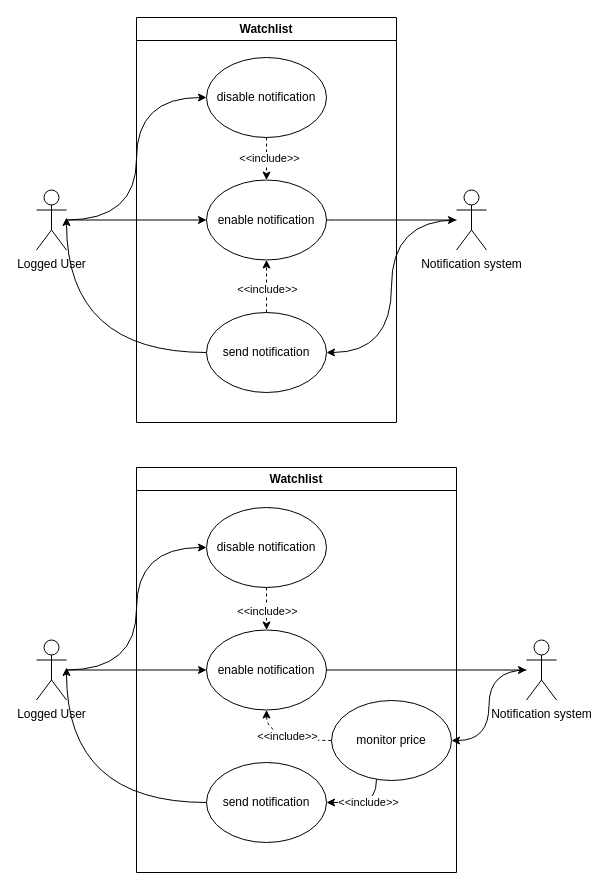
Above: diagrams/usecase/usecase-watchlist.drawio in CryptoMonitorASW-SPE/documentation (draw.io), before the change. Source tidied: cells renumbered, new cells numbered last; positions are measured from the earlier drawing's top-left corner, leaving out a move shared by most shapes. Both pictures are drawn from the tidied source at 100%, with x=0, y=0 at pixel (36, 17).
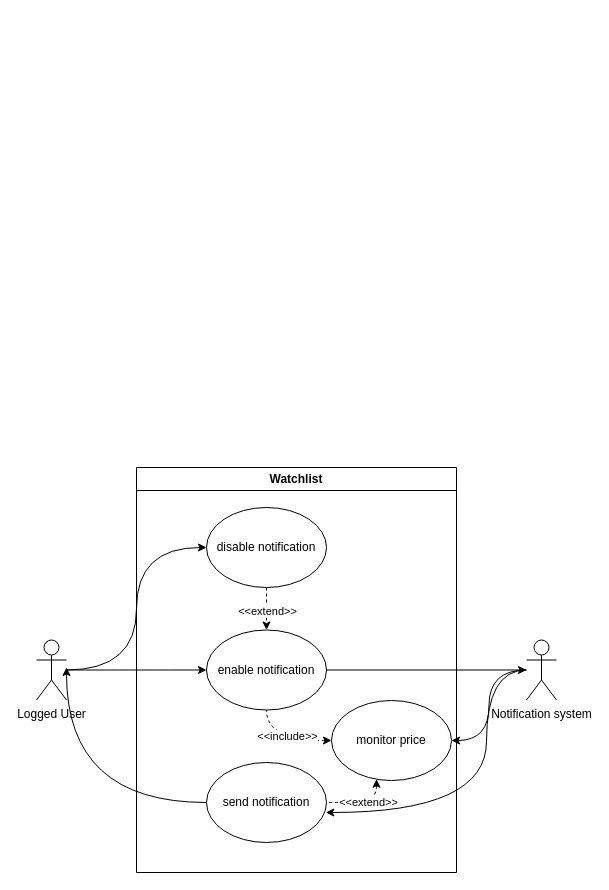
Above is the later version.

Commit message (it also covers changes not shown here):
docs: update usecase diagrams

Unchanged cells that the change refers to:
```xml
<mxCell id="20" value="Watchlist" style="swimlane;whiteSpace=wrap;html=1;" parent="1" vertex="1">
  <mxGeometry x="100" y="450" width="320" height="405" as="geometry" />
</mxCell>
<mxCell id="21" value="enable notification" style="ellipse;whiteSpace=wrap;html=1;" parent="20" vertex="1">
  <mxGeometry x="70" y="162.5" width="120" height="80" as="geometry" />
</mxCell>
<mxCell id="23" value="send notification" style="ellipse;whiteSpace=wrap;html=1;" parent="20" vertex="1">
  <mxGeometry x="70" y="295" width="120" height="80" as="geometry" />
</mxCell>
<mxCell id="26" value="disable notification" style="ellipse;whiteSpace=wrap;html=1;" parent="20" vertex="1">
  <mxGeometry x="70" y="40" width="120" height="80" as="geometry" />
</mxCell>
<mxCell id="31" value="monitor price" style="ellipse;whiteSpace=wrap;html=1;" parent="20" vertex="1">
  <mxGeometry x="195" y="233" width="120" height="80" as="geometry" />
</mxCell>
<mxCell id="33" value="Notification system" style="shape=umlActor;verticalLabelPosition=bottom;verticalAlign=top;html=1;outlineConnect=0;" parent="1" vertex="1">
  <mxGeometry x="490" y="622.5" width="30" height="60" as="geometry" />
</mxCell>
```

What changed in the source:
```diff
@@
-    <mxCell id="2" style="edgeStyle=orthogonalEdgeStyle;rounded=0;jettySize=auto;html=1;entryX=0;entryY=0.5;entryDx=0;entryDy=0;curved=1;" parent="1" edge="1" source="4" target="6">
-      <mxGeometry relative="1" as="geometry" />
-    </mxCell>
-    <mxCell id="3" style="edgeStyle=orthogonalEdgeStyle;rounded=0;jettySize=auto;html=1;entryX=0;entryY=0.5;entryDx=0;entryDy=0;curved=1;" parent="1" edge="1" source="4" target="13">
-      <mxGeometry relative="1" as="geometry" />
-    </mxCell>
-    <mxCell id="4" value="Logged User" style="shape=umlActor;html=1;verticalLabelPosition=bottom;verticalAlign=top;align=center;" parent="1" vertex="1">
-      <mxGeometry y="172.5" width="30" height="60" as="geometry" />
-    </mxCell>
-    <mxCell id="5" value="Watchlist" style="swimlane;whiteSpace=wrap;html=1;" parent="1" vertex="1">
-      <mxGeometry x="100" width="260" height="405" as="geometry" />
-    </mxCell>
-    <mxCell id="6" value="enable notification" style="ellipse;whiteSpace=wrap;html=1;" parent="5" vertex="1">
-      <mxGeometry x="70" y="162.5" width="120" height="80" as="geometry" />
-    </mxCell>
-    <mxCell id="7" style="edgeStyle=orthogonalEdgeStyle;rounded=0;jettySize=auto;html=1;entryX=0.5;entryY=1;entryDx=0;entryDy=0;dashed=1;" parent="5" edge="1" source="10" target="6">
-      <mxGeometry relative="1" as="geometry" />
-    </mxCell>
-    <mxCell id="8" value="&amp;lt;&amp;lt;include&amp;gt;&amp;gt;" style="edgeLabel;html=1;align=center;verticalAlign=middle;" parent="7" vertex="1">
-      <mxGeometry x="-0.08" relative="1" as="geometry" />
-    </mxCell>
-    <mxCell id="9" style="edgeStyle=orthogonalEdgeStyle;rounded=0;jettySize=auto;html=1;curved=1;" parent="5" edge="1" source="10">
-      <mxGeometry relative="1" as="geometry">
-        <mxPoint x="-70" y="200" as="targetPoint" />
-        <Array as="points">
-          <mxPoint x="-70" y="335" />
-        </Array>
-      </mxGeometry>
-    </mxCell>
-    <mxCell id="10" value="send notification" style="ellipse;whiteSpace=wrap;html=1;" parent="5" vertex="1">
-      <mxGeometry x="70" y="295" width="120" height="80" as="geometry" />
-    </mxCell>
-    <mxCell id="11" style="edgeStyle=orthogonalEdgeStyle;rounded=0;jettySize=auto;html=1;dashed=1;" parent="5" edge="1" source="13" target="6">
-      <mxGeometry relative="1" as="geometry" />
-    </mxCell>
-    <mxCell id="12" value="&amp;lt;&amp;lt;include&amp;gt;&amp;gt;" style="edgeLabel;html=1;align=center;verticalAlign=middle;" parent="11" vertex="1">
-      <mxGeometry x="-0.07" y="2" relative="1" as="geometry" />
-    </mxCell>
-    <mxCell id="13" value="disable notification" style="ellipse;whiteSpace=wrap;html=1;" parent="5" vertex="1">
-      <mxGeometry x="70" y="40" width="120" height="80" as="geometry" />
-    </mxCell>
-    <mxCell id="14" style="edgeStyle=orthogonalEdgeStyle;rounded=0;jettySize=auto;html=1;entryX=1;entryY=0.5;entryDx=0;entryDy=0;curved=1;" parent="1" edge="1" source="15" target="10">
-      <mxGeometry relative="1" as="geometry" />
-    </mxCell>
-    <mxCell id="15" value="Notification system" style="shape=umlActor;verticalLabelPosition=bottom;verticalAlign=top;html=1;outlineConnect=0;" parent="1" vertex="1">
-      <mxGeometry x="420" y="172.5" width="30" height="60" as="geometry" />
-    </mxCell>
-    <mxCell id="16" style="edgeStyle=orthogonalEdgeStyle;rounded=0;jettySize=auto;html=1;curved=1;" parent="1" edge="1" source="6" target="15">
-      <mxGeometry relative="1" as="geometry" />
-    </mxCell>
@@
-    <mxCell id="24" style="edgeStyle=orthogonalEdgeStyle;rounded=0;jettySize=auto;html=1;entryX=0.5;entryY=0;entryDx=0;entryDy=0;dashed=1;" parent="20" edge="1" source="26" target="21">
+    <mxCell id="24" style="edgeStyle=orthogonalEdgeStyle;rounded=0;jettySize=auto;html=1;entryX=0.5;entryY=0;entryDx=0;entryDy=0;dashed=1;endArrow=classic;endFill=1;startArrow=none;startFill=0;" parent="20" edge="1" source="26" target="21">
       <mxGeometry relative="1" as="geometry" />
     </mxCell>
-    <mxCell id="25" value="&amp;lt;&amp;lt;include&amp;gt;&amp;gt;" style="edgeLabel;html=1;align=center;verticalAlign=middle;" parent="24" vertex="1">
+    <mxCell id="25" value="&amp;lt;&amp;lt;extend&amp;gt;&amp;gt;" style="edgeLabel;html=1;align=center;verticalAlign=middle;" parent="24" vertex="1">
       <mxGeometry x="0.08" relative="1" as="geometry" />
     </mxCell>
@@
-    <mxCell id="27" style="edgeStyle=orthogonalEdgeStyle;rounded=0;jettySize=auto;html=1;entryX=1;entryY=0.5;entryDx=0;entryDy=0;curved=1;" parent="20" edge="1" source="31" target="23">
+    <mxCell id="27" style="edgeStyle=orthogonalEdgeStyle;rounded=0;jettySize=auto;html=1;entryX=1;entryY=0.5;entryDx=0;entryDy=0;curved=1;dashed=1;startArrow=classic;startFill=1;endArrow=none;endFill=0;" parent="20" edge="1" source="31" target="23">
       <mxGeometry relative="1" as="geometry">
         <Array as="points">
           <mxPoint x="240" y="333" />
           <mxPoint x="210" y="333" />
           <mxPoint x="210" y="335" />
         </Array>
       </mxGeometry>
     </mxCell>
-    <mxCell id="28" value="&amp;lt;&amp;lt;include&amp;gt;&amp;gt;" style="edgeLabel;html=1;align=center;verticalAlign=middle;" parent="27" vertex="1">
+    <mxCell id="28" value="&amp;lt;&amp;lt;extend&amp;gt;&amp;gt;" style="edgeLabel;html=1;align=center;verticalAlign=middle;" parent="27" vertex="1">
       <mxGeometry x="-0.19" y="1" relative="1" as="geometry" />
     </mxCell>
-    <mxCell id="29" style="edgeStyle=orthogonalEdgeStyle;rounded=0;jettySize=auto;html=1;entryX=0.5;entryY=1;entryDx=0;entryDy=0;curved=1;dashed=1;" parent="20" edge="1" source="31" target="21">
+    <mxCell id="29" style="edgeStyle=orthogonalEdgeStyle;rounded=0;jettySize=auto;html=1;entryX=0.5;entryY=1;entryDx=0;entryDy=0;curved=1;dashed=1;startArrow=classic;startFill=1;endArrow=none;endFill=0;" parent="20" edge="1" source="31" target="21">
       <mxGeometry relative="1" as="geometry" />
     </mxCell>
@@
+    <mxCell id="35" style="edgeStyle=orthogonalEdgeStyle;rounded=0;jettySize=auto;html=1;entryX=0.994;entryY=0.625;entryDx=0;entryDy=0;entryPerimeter=0;curved=1;" parent="1" edge="1" source="33" target="23">
+      <mxGeometry relative="1" as="geometry">
+        <Array as="points">
+          <mxPoint x="450" y="652" />
+          <mxPoint x="450" y="795" />
+        </Array>
+      </mxGeometry>
+    </mxCell>
```
